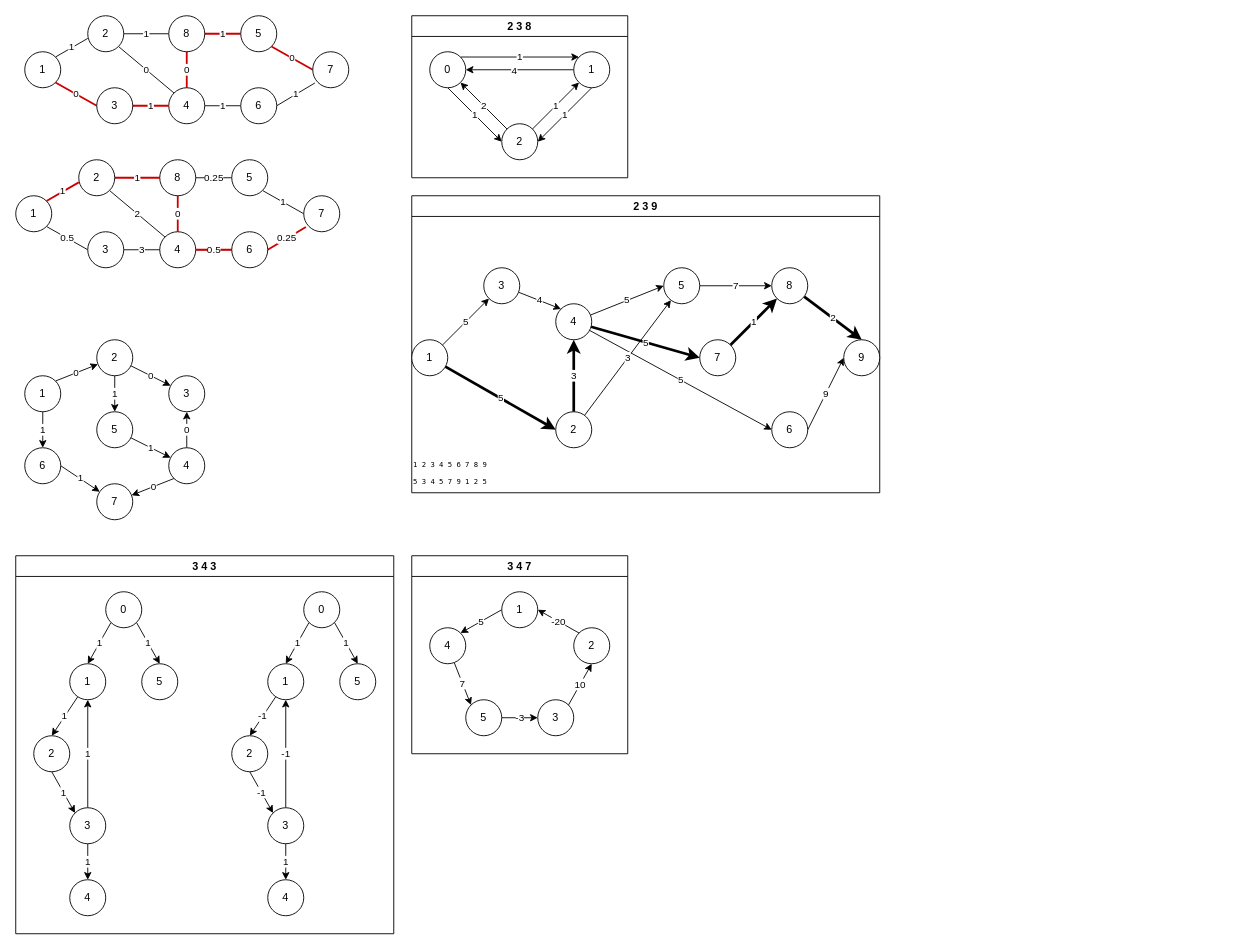
Before: graph/ribs.drawio in Igorok/algorithms-js, a draw.io diagram. Source tidied: cells renumbered, new cells numbered last; positions are measured from the earlier drawing's top-left corner, leaving out a move shared by most shapes. Both pictures are drawn from the tidied source at 90%, with x=0, y=0 at pixel (15, 15).
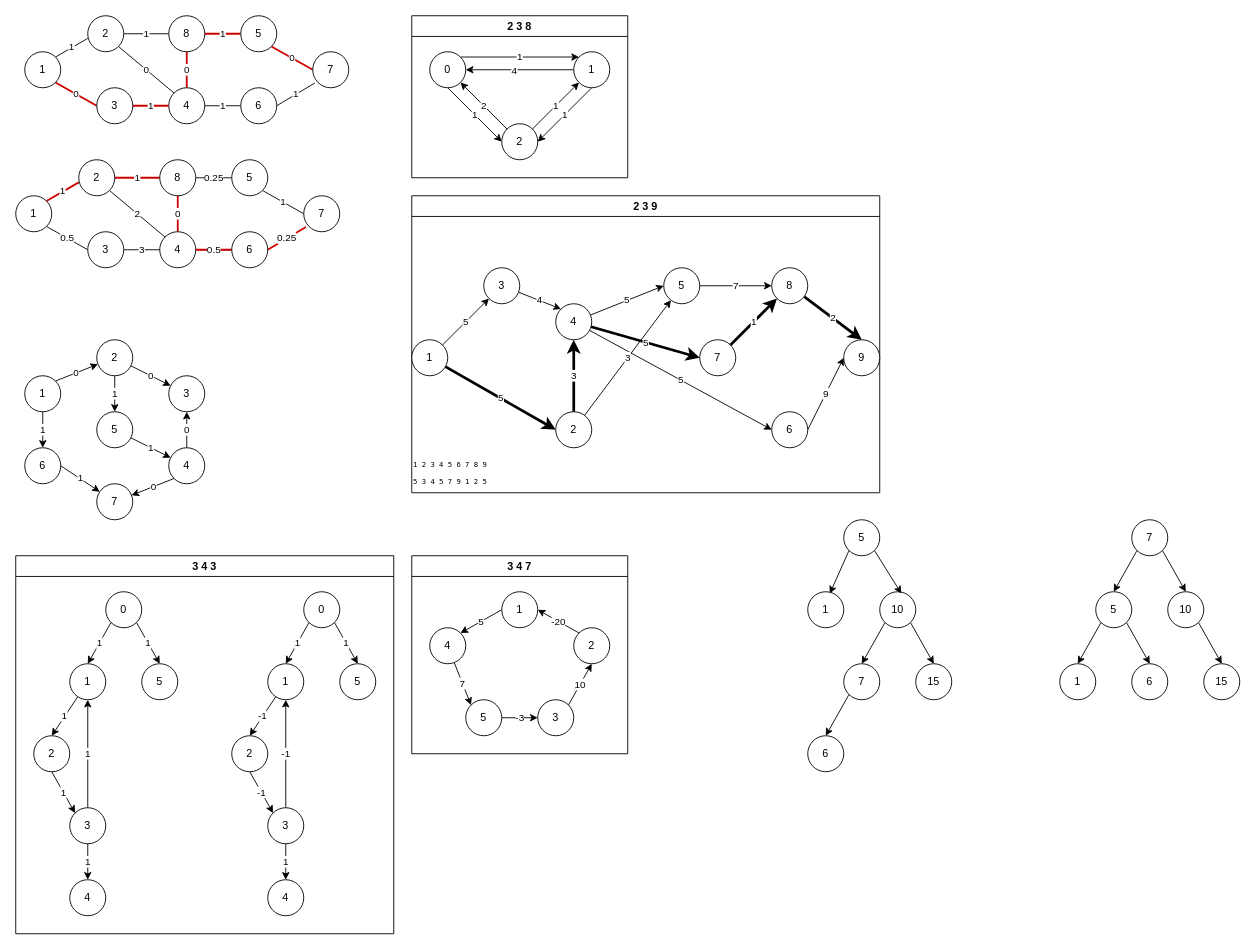
The same diagram, later.

Change to the diagram source:
```diff
@@
+    <mxCell id="124" value="1" style="ellipse;whiteSpace=wrap;html=1;" parent="1" vertex="1">
+      <mxGeometry x="880" y="640" width="40" height="40" as="geometry" />
+    </mxCell>
+    <mxCell id="125" value="15" style="ellipse;whiteSpace=wrap;html=1;" parent="1" vertex="1">
+      <mxGeometry x="1000" y="720" width="40" height="40" as="geometry" />
+    </mxCell>
+    <mxCell id="126" style="edgeStyle=none;html=1;exitX=0;exitY=1;exitDx=0;exitDy=0;entryX=0.5;entryY=0;entryDx=0;entryDy=0;" parent="1" edge="1" source="128" target="130">
+      <mxGeometry relative="1" as="geometry" />
+    </mxCell>
+    <mxCell id="127" style="edgeStyle=none;html=1;exitX=1;exitY=1;exitDx=0;exitDy=0;entryX=0.5;entryY=0;entryDx=0;entryDy=0;" parent="1" edge="1" source="128" target="125">
+      <mxGeometry relative="1" as="geometry" />
+    </mxCell>
+    <mxCell id="128" value="10" style="ellipse;whiteSpace=wrap;html=1;" parent="1" vertex="1">
+      <mxGeometry x="960" y="640" width="40" height="40" as="geometry" />
+    </mxCell>
+    <mxCell id="129" style="edgeStyle=none;html=1;exitX=0;exitY=1;exitDx=0;exitDy=0;entryX=0.5;entryY=0;entryDx=0;entryDy=0;" parent="1" edge="1" source="130" target="134">
+      <mxGeometry relative="1" as="geometry" />
+    </mxCell>
+    <mxCell id="130" value="7" style="ellipse;whiteSpace=wrap;html=1;" parent="1" vertex="1">
+      <mxGeometry x="920" y="720" width="40" height="40" as="geometry" />
+    </mxCell>
+    <mxCell id="131" style="edgeStyle=none;html=1;exitX=0;exitY=1;exitDx=0;exitDy=0;entryX=0.614;entryY=0.05;entryDx=0;entryDy=0;entryPerimeter=0;" parent="1" edge="1" source="133" target="124">
+      <mxGeometry relative="1" as="geometry" />
+    </mxCell>
+    <mxCell id="132" style="edgeStyle=none;html=1;exitX=1;exitY=1;exitDx=0;exitDy=0;entryX=0.6;entryY=0.05;entryDx=0;entryDy=0;entryPerimeter=0;" parent="1" edge="1" source="133" target="128">
+      <mxGeometry relative="1" as="geometry" />
+    </mxCell>
+    <mxCell id="133" value="5" style="ellipse;whiteSpace=wrap;html=1;" parent="1" vertex="1">
+      <mxGeometry x="920" y="560" width="40" height="40" as="geometry" />
+    </mxCell>
+    <mxCell id="134" value="6" style="ellipse;whiteSpace=wrap;html=1;" parent="1" vertex="1">
+      <mxGeometry x="880" y="800" width="40" height="40" as="geometry" />
+    </mxCell>
+    <mxCell id="135" value="1" style="ellipse;whiteSpace=wrap;html=1;" parent="1" vertex="1">
+      <mxGeometry x="1160" y="720" width="40" height="40" as="geometry" />
+    </mxCell>
+    <mxCell id="136" value="15" style="ellipse;whiteSpace=wrap;html=1;" parent="1" vertex="1">
+      <mxGeometry x="1320" y="720" width="40" height="40" as="geometry" />
+    </mxCell>
+    <mxCell id="137" style="edgeStyle=none;html=1;exitX=1;exitY=1;exitDx=0;exitDy=0;entryX=0.5;entryY=0;entryDx=0;entryDy=0;" parent="1" edge="1" source="138" target="136">
+      <mxGeometry relative="1" as="geometry" />
+    </mxCell>
+    <mxCell id="138" value="10" style="ellipse;whiteSpace=wrap;html=1;" parent="1" vertex="1">
+      <mxGeometry x="1280" y="640" width="40" height="40" as="geometry" />
+    </mxCell>
+    <mxCell id="139" style="edgeStyle=none;html=1;exitX=0;exitY=1;exitDx=0;exitDy=0;entryX=0.5;entryY=0;entryDx=0;entryDy=0;" parent="1" edge="1" source="141" target="144">
+      <mxGeometry relative="1" as="geometry" />
+    </mxCell>
+    <mxCell id="140" style="edgeStyle=none;html=1;exitX=1;exitY=1;exitDx=0;exitDy=0;entryX=0.5;entryY=0;entryDx=0;entryDy=0;" parent="1" edge="1" source="141" target="138">
+      <mxGeometry relative="1" as="geometry" />
+    </mxCell>
+    <mxCell id="141" value="7" style="ellipse;whiteSpace=wrap;html=1;" parent="1" vertex="1">
+      <mxGeometry x="1240" y="560" width="40" height="40" as="geometry" />
+    </mxCell>
+    <mxCell id="142" style="edgeStyle=none;html=1;exitX=0;exitY=1;exitDx=0;exitDy=0;entryX=0.5;entryY=0;entryDx=0;entryDy=0;" parent="1" edge="1" source="144" target="135">
+      <mxGeometry relative="1" as="geometry" />
+    </mxCell>
+    <mxCell id="143" style="edgeStyle=none;html=1;exitX=1;exitY=1;exitDx=0;exitDy=0;entryX=0.5;entryY=0;entryDx=0;entryDy=0;" parent="1" edge="1" source="144" target="145">
+      <mxGeometry relative="1" as="geometry" />
+    </mxCell>
+    <mxCell id="144" value="5" style="ellipse;whiteSpace=wrap;html=1;" parent="1" vertex="1">
+      <mxGeometry x="1200" y="640" width="40" height="40" as="geometry" />
+    </mxCell>
+    <mxCell id="145" value="6" style="ellipse;whiteSpace=wrap;html=1;" parent="1" vertex="1">
+      <mxGeometry x="1240" y="720" width="40" height="40" as="geometry" />
+    </mxCell>
```
